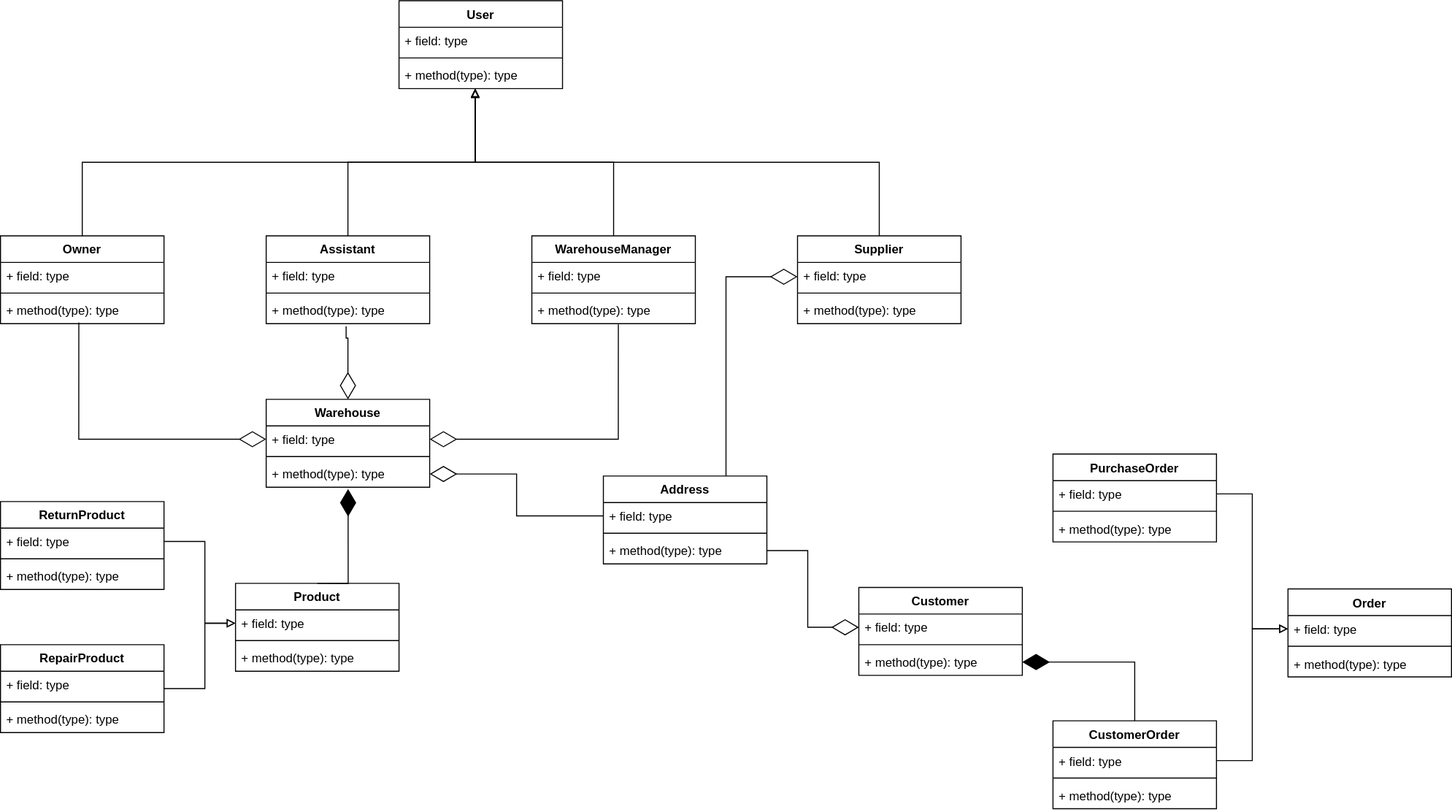
Above: Class Diagram.svg in Simamkele88/IFM3_GP (draw.io), before the change. Source tidied: cells renumbered, new cells last; positions are measured from the earlier drawing's top-left corner, leaving out a move shared by most shapes.
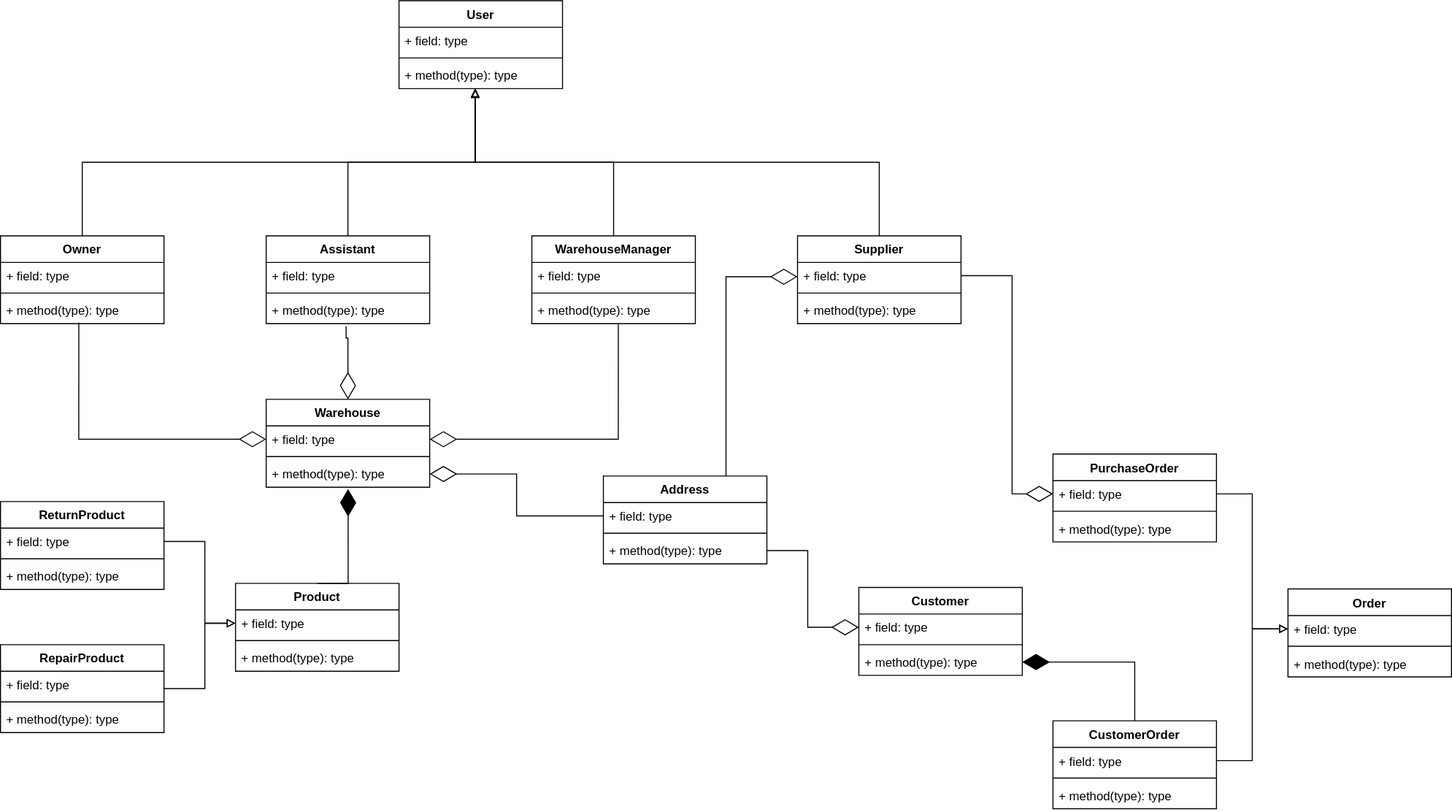
After the change.

What changed in the source:
```diff
@@ -256,5 +256,13 @@
     <mxCell id="73" style="endArrow=diamondThin;endFill=1;endSize=24;html=1;rounded=0;entryX=1;entryY=0.5;entryDx=0;entryDy=0;exitX=0.5;exitY=0;exitDx=0;exitDy=0;edgeStyle=orthogonalEdgeStyle;" parent="1" edge="1" source="48" target="57">
       <mxGeometry relative="1" as="geometry" />
     </mxCell>
+    <mxCell id="74" style="endArrow=diamondThin;endFill=0;endSize=24;html=1;rounded=0;edgeStyle=orthogonalEdgeStyle;exitX=1;exitY=0.5;exitDx=0;exitDy=0;entryX=0;entryY=0.5;entryDx=0;entryDy=0;" parent="1" edge="1" source="20" target="45">
+      <mxGeometry relative="1" as="geometry">
+        <Array as="points">
+          <mxPoint x="990" y="269" />
+          <mxPoint x="990" y="483" />
+        </Array>
+      </mxGeometry>
+    </mxCell>
   </root>
 </mxGraphModel>
```
